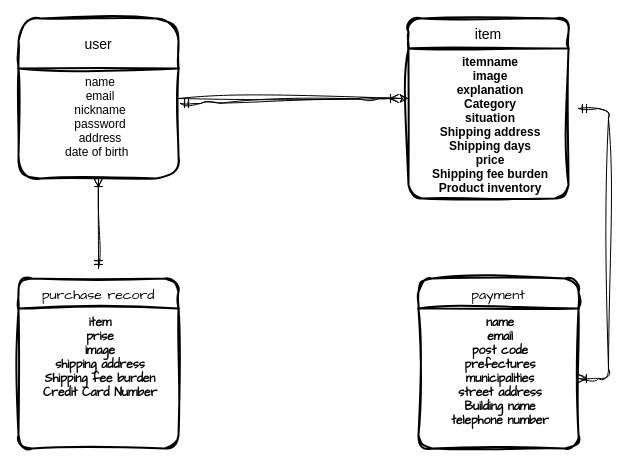
The draw.io diagram .dio in murakamihibiki/furima-39596, before the edit. Source tidied: cells renumbered, new cells numbered last; positions are measured from the earlier drawing's top-left corner, leaving out a move shared by most shapes. Both pictures are drawn from the tidied source at 100%, with x=0, y=0 at pixel (18, 18).
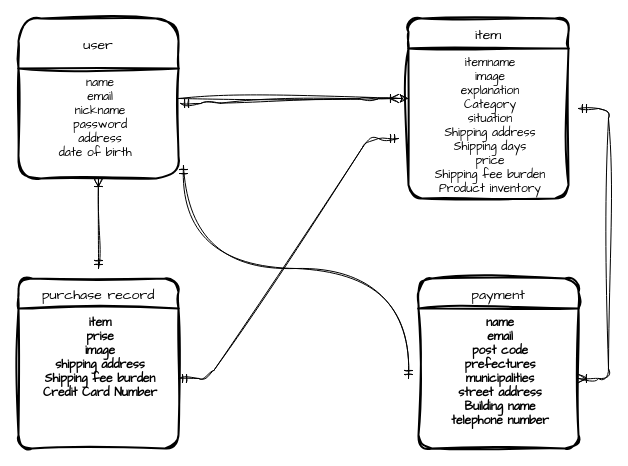
After the change.

Unchanged cells that the change refers to:
```xml
<mxCell id="8" value="item&#10;prise&#10;image&#10;shipping address&#10;Shipping fee burden&#10;Credit Card Number" style="align=center;strokeColor=none;fillColor=none;spacingLeft=4;fontSize=12;verticalAlign=top;sketch=1;hachureGap=4;jiggle=2;curveFitting=1;fontFamily=Architects Daughter;fontStyle=1;" parent="7" vertex="1">
  <mxGeometry y="30" width="160" height="140" as="geometry" />
</mxCell>
```

What changed in the source:
```diff
@@
-    <mxCell id="3" value="user" style="swimlane;horizontal=1;startSize=50;rounded=1;fontSize=14;fontStyle=0;strokeWidth=2;shadow=0;dashed=0;align=center;sketch=1;curveFitting=1;jiggle=2;" parent="1" vertex="1">
+    <mxCell id="3" value="user" style="swimlane;horizontal=1;startSize=50;rounded=1;fontSize=14;fontStyle=0;strokeWidth=2;shadow=0;dashed=0;align=center;sketch=1;curveFitting=1;jiggle=2;fontFamily=Architects Daughter;" parent="1" vertex="1">
       <mxGeometry width="160" height="160" as="geometry" />
     </mxCell>
-    <mxCell id="4" value="name&#10;email&#10;nickname&#10;password&#10;address&#10;date of birth  &#10;" style="align=center;strokeColor=none;fillColor=none;spacingLeft=4;fontSize=12;verticalAlign=top;sketch=1;curveFitting=1;jiggle=2;" parent="3" vertex="1">
+    <mxCell id="4" value="name&#10;email&#10;nickname&#10;password&#10;address&#10;date of birth  &#10;" style="align=center;strokeColor=none;fillColor=none;spacingLeft=4;fontSize=12;verticalAlign=top;sketch=1;curveFitting=1;jiggle=2;fontFamily=Architects Daughter;" parent="3" vertex="1">
       <mxGeometry y="50" width="160" height="110" as="geometry" />
     </mxCell>
-    <mxCell id="5" value="item" style="swimlane;horizontal=1;startSize=30;rounded=1;fontSize=14;fontStyle=0;strokeWidth=2;shadow=0;dashed=0;align=center;sketch=1;curveFitting=1;jiggle=2;" parent="1" vertex="1">
+    <mxCell id="5" value="item" style="swimlane;horizontal=1;startSize=30;rounded=1;fontSize=14;fontStyle=0;strokeWidth=2;shadow=0;dashed=0;align=center;sketch=1;curveFitting=1;jiggle=2;fontFamily=Architects Daughter;" parent="1" vertex="1">
       <mxGeometry x="390" width="160" height="180" as="geometry" />
     </mxCell>
-    <mxCell id="6" value="itemname&#10;image&#10;explanation&#10;Category&#10;situation&#10;Shipping address&#10;Shipping days&#10;price&#10;Shipping fee burden&#10;Product inventory" style="align=center;strokeColor=none;fillColor=none;spacingLeft=4;fontSize=12;verticalAlign=top;fontStyle=1;sketch=1;curveFitting=1;jiggle=2;" parent="5" vertex="1">
+    <mxCell id="6" value="itemname&#10;image&#10;explanation&#10;Category&#10;situation&#10;Shipping address&#10;Shipping days&#10;price&#10;Shipping fee burden&#10;Product inventory" style="align=center;strokeColor=none;fillColor=none;spacingLeft=4;fontSize=12;verticalAlign=top;fontStyle=0;sketch=1;curveFitting=1;jiggle=2;fontFamily=Architects Daughter;" parent="5" vertex="1">
       <mxGeometry y="30" width="160" height="150" as="geometry" />
     </mxCell>
@@
+    <mxCell id="14" style="edgeStyle=entityRelationEdgeStyle;fontSize=12;html=1;endArrow=ERmandOne;startArrow=ERmandOne;sketch=1;hachureGap=4;jiggle=2;curveFitting=1;fontFamily=Helvetica;exitX=1;exitY=0.5;exitDx=0;exitDy=0;" parent="1" edge="1" source="8">
+      <mxGeometry relative="1" as="geometry">
+        <mxPoint x="380" y="120" as="targetPoint" />
+      </mxGeometry>
+    </mxCell>
+    <mxCell id="15" style="edgeStyle=orthogonalEdgeStyle;fontSize=12;html=1;endArrow=ERmandOne;startArrow=ERmandOne;sketch=1;hachureGap=4;jiggle=2;curveFitting=1;fontFamily=Helvetica;curved=1;exitX=1.031;exitY=0.882;exitDx=0;exitDy=0;exitPerimeter=0;" parent="1" edge="1" source="4">
+      <mxGeometry relative="1" as="geometry">
+        <mxPoint x="390" y="360" as="targetPoint" />
+        <Array as="points">
+          <mxPoint x="165" y="250" />
+          <mxPoint x="390" y="250" />
+        </Array>
+      </mxGeometry>
+    </mxCell>
```
